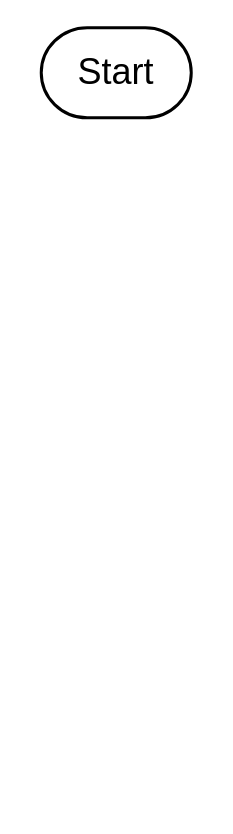
This is Untitled Diagram.drawio from Rizqirazkafi/Flowchart, a draw.io file, before an edit. Source tidied: cells renumbered, new cells numbered last; positions are measured from the earlier drawing's top-left corner, leaving out a move shared by most shapes. Both pictures are drawn from the tidied source at 150%, with x=0, y=0 at pixel (40, 27).
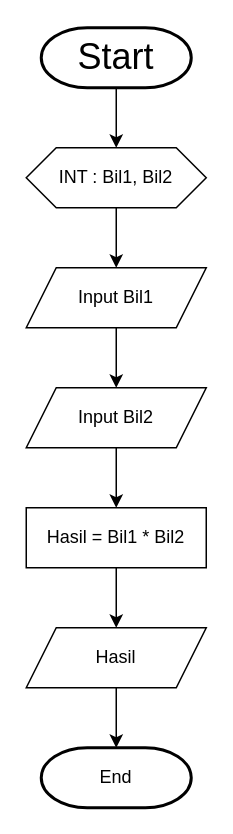
The same page after the edit.

The edit, as a diff of the source:
```diff
@@
 <mxGraphModel>
   <root>
     <mxCell id="0" />
     <mxCell id="1" parent="0" />
     <mxCell id="2" value="&lt;font style=&quot;font-size: 24px&quot;&gt;Start&lt;/font&gt;" style="strokeWidth=2;html=1;shape=mxgraph.flowchart.terminator;whiteSpace=wrap;" parent="1" vertex="1">
-      <mxGeometry width="100" height="60" as="geometry" />
+      <mxGeometry width="100" height="40" as="geometry" />
     </mxCell>
+    <mxCell id="3" style="endArrow=classic;html=1;exitX=0.5;exitY=1;exitDx=0;exitDy=0;exitPerimeter=0;" parent="1" edge="1" source="2" target="5">
+      <mxGeometry relative="1" as="geometry">
+        <Array as="points">
+          <mxPoint x="50" y="80" />
+        </Array>
+      </mxGeometry>
+    </mxCell>
+    <mxCell id="4" style="edgeStyle=orthogonalEdgeStyle;rounded=0;jettySize=auto;html=1;exitX=0.5;exitY=1;exitDx=0;exitDy=0;entryX=0.5;entryY=0;entryDx=0;entryDy=0;" parent="1" edge="1" source="5" target="7">
+      <mxGeometry relative="1" as="geometry" />
+    </mxCell>
+    <mxCell id="5" value="INT : Bil1, Bil2" style="shape=hexagon;perimeter=hexagonPerimeter2;whiteSpace=wrap;html=1;fixedSize=1;" parent="1" vertex="1">
+      <mxGeometry x="-10" y="80" width="120" height="40" as="geometry" />
+    </mxCell>
+    <mxCell id="6" style="edgeStyle=orthogonalEdgeStyle;rounded=0;jettySize=auto;html=1;exitX=0.5;exitY=1;exitDx=0;exitDy=0;entryX=0.5;entryY=0;entryDx=0;entryDy=0;" parent="1" edge="1" source="7" target="9">
+      <mxGeometry relative="1" as="geometry" />
+    </mxCell>
+    <mxCell id="7" value="Input Bil1" style="shape=parallelogram;perimeter=parallelogramPerimeter;whiteSpace=wrap;html=1;fixedSize=1;" parent="1" vertex="1">
+      <mxGeometry x="-10" y="160" width="120" height="40" as="geometry" />
+    </mxCell>
+    <mxCell id="8" style="edgeStyle=orthogonalEdgeStyle;rounded=0;jettySize=auto;html=1;exitX=0.5;exitY=1;exitDx=0;exitDy=0;entryX=0.5;entryY=0;entryDx=0;entryDy=0;" parent="1" edge="1" source="9" target="11">
+      <mxGeometry relative="1" as="geometry" />
+    </mxCell>
+    <mxCell id="9" value="Input Bil2" style="shape=parallelogram;perimeter=parallelogramPerimeter;whiteSpace=wrap;html=1;fixedSize=1;" parent="1" vertex="1">
+      <mxGeometry x="-10" y="240" width="120" height="40" as="geometry" />
+    </mxCell>
+    <mxCell id="10" style="edgeStyle=orthogonalEdgeStyle;rounded=0;jettySize=auto;html=1;exitX=0.5;exitY=1;exitDx=0;exitDy=0;entryX=0.5;entryY=0;entryDx=0;entryDy=0;" parent="1" edge="1" source="11" target="13">
+      <mxGeometry relative="1" as="geometry" />
+    </mxCell>
+    <mxCell id="11" value="Hasil = Bil1 * Bil2" style="rounded=0;whiteSpace=wrap;html=1;" parent="1" vertex="1">
+      <mxGeometry x="-10" y="320" width="120" height="40" as="geometry" />
+    </mxCell>
+    <mxCell id="12" style="edgeStyle=orthogonalEdgeStyle;rounded=0;jettySize=auto;html=1;" parent="1" edge="1" source="13" target="14">
+      <mxGeometry relative="1" as="geometry" />
+    </mxCell>
+    <mxCell id="13" value="Hasil" style="shape=parallelogram;perimeter=parallelogramPerimeter;whiteSpace=wrap;html=1;fixedSize=1;" parent="1" vertex="1">
+      <mxGeometry x="-10" y="400" width="120" height="40" as="geometry" />
+    </mxCell>
+    <mxCell id="14" value="End" style="strokeWidth=2;html=1;shape=mxgraph.flowchart.terminator;whiteSpace=wrap;" parent="1" vertex="1">
+      <mxGeometry y="480" width="100" height="40" as="geometry" />
+    </mxCell>
   </root>
 </mxGraphModel>
```
